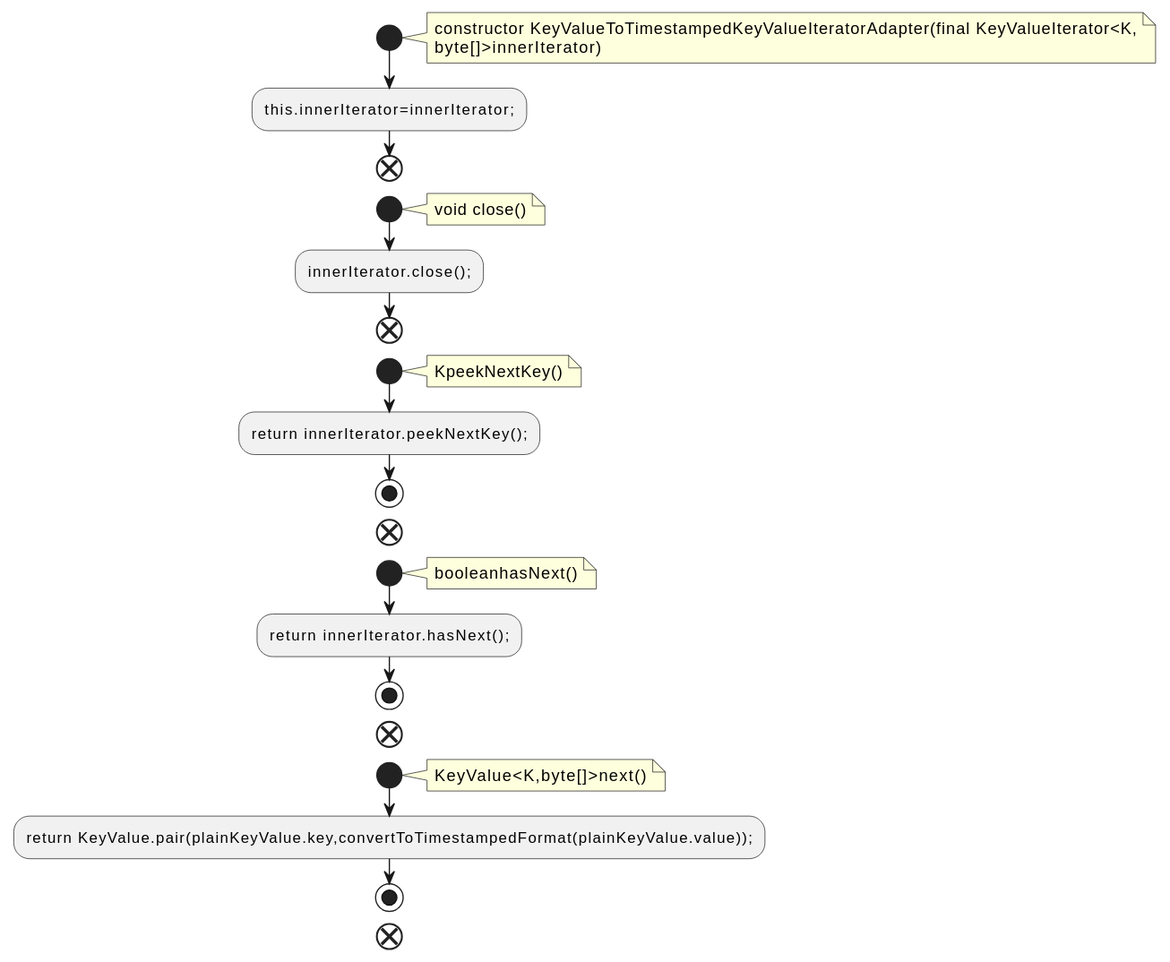
Earlier version of the PlantUML export docs/qc/streams/src/main/java/org/apache/kafka/streams/state/internals/KeyValueToTimestampedKeyValueIteratorAdapter.java.fct.svg (qualitesys/kafka).
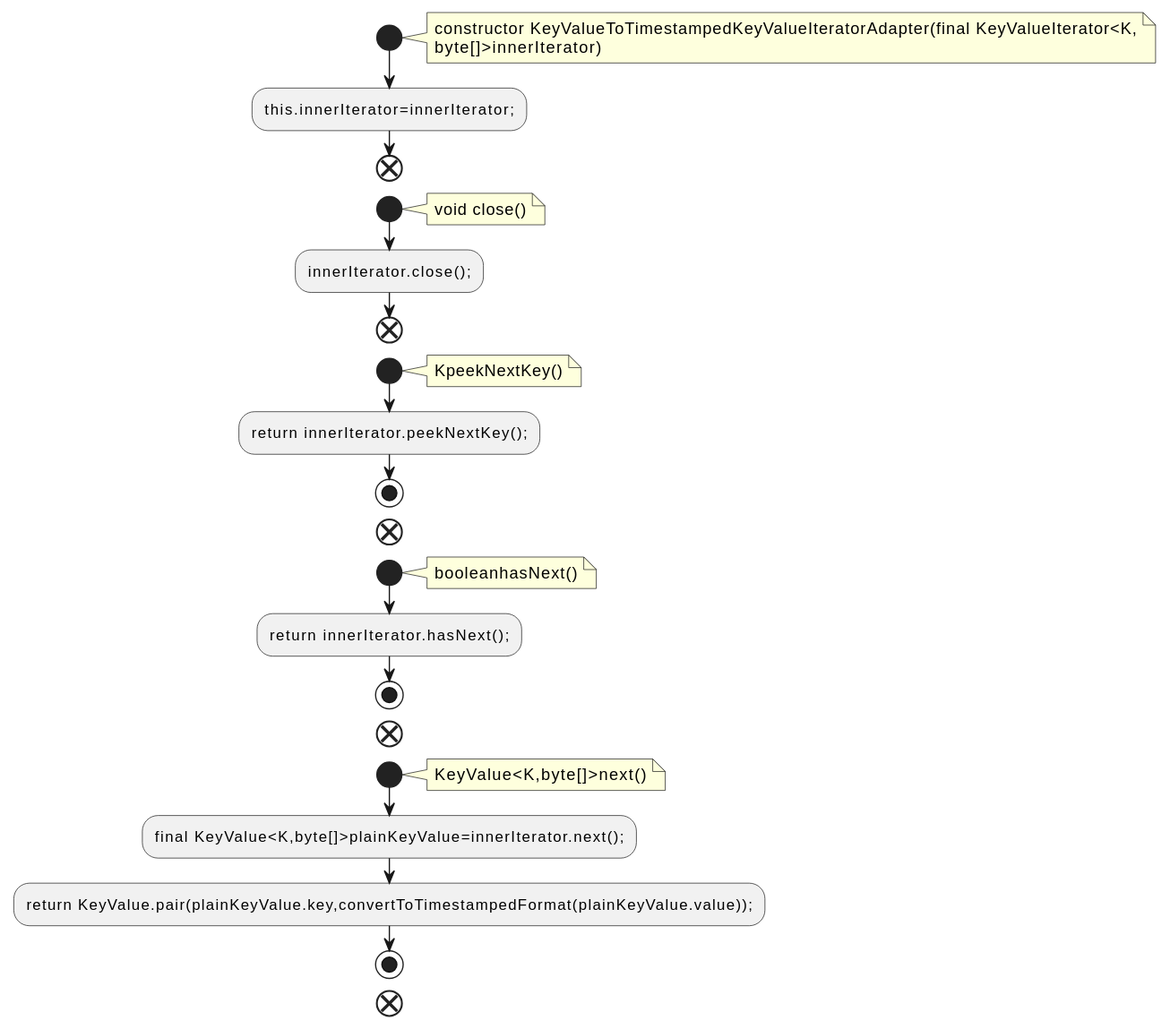
The same file after the commit.

Change to the diagram source:
```diff
@@ -31,6 +31,7 @@
 note right
 KeyValue<K,byte[]>next()
 end note
+:final KeyValue<K,byte[]>plainKeyValue=innerIterator.next();;
 :return KeyValue.pair(plainKeyValue.key,convertToTimestampedFormat(plainKeyValue.value));;
 stop
 end
```
